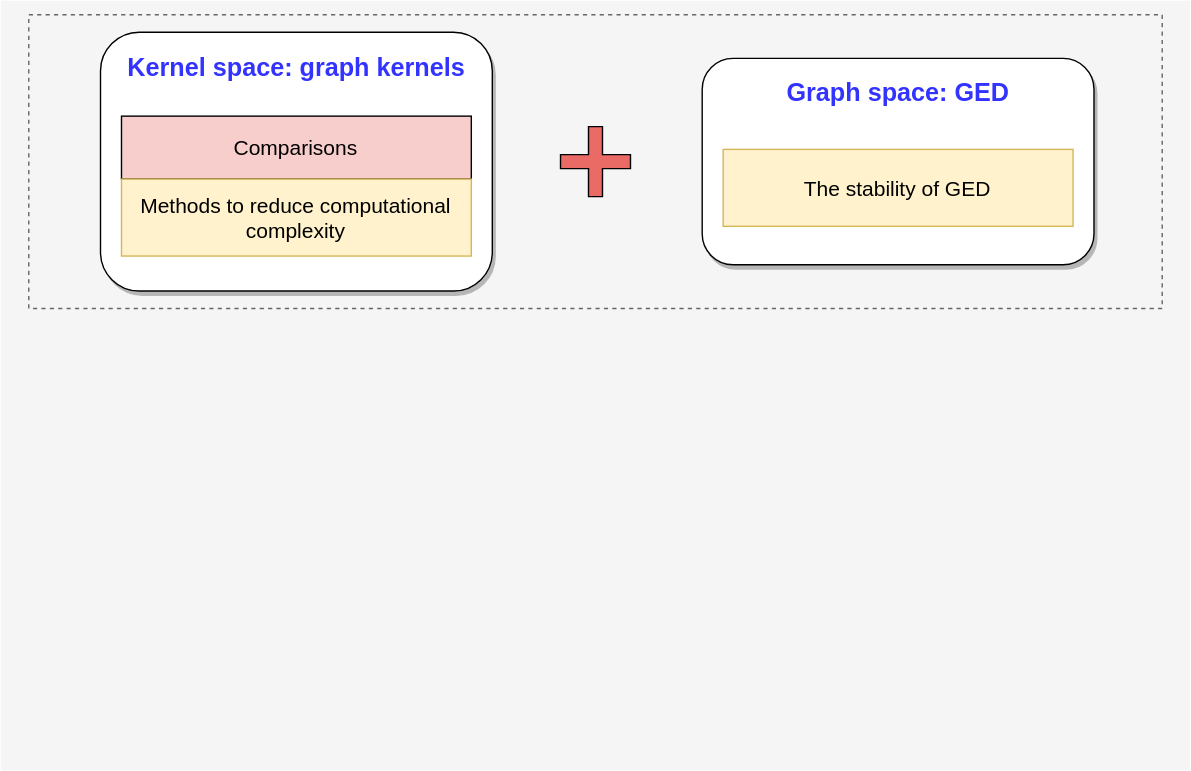
The draw.io diagram architecture.svg in jajupmochi/phd_thesis, before a commit. Source tidied: cells renumbered, new cells last; positions are measured from the earlier drawing's top-left corner, leaving out a move shared by most shapes.
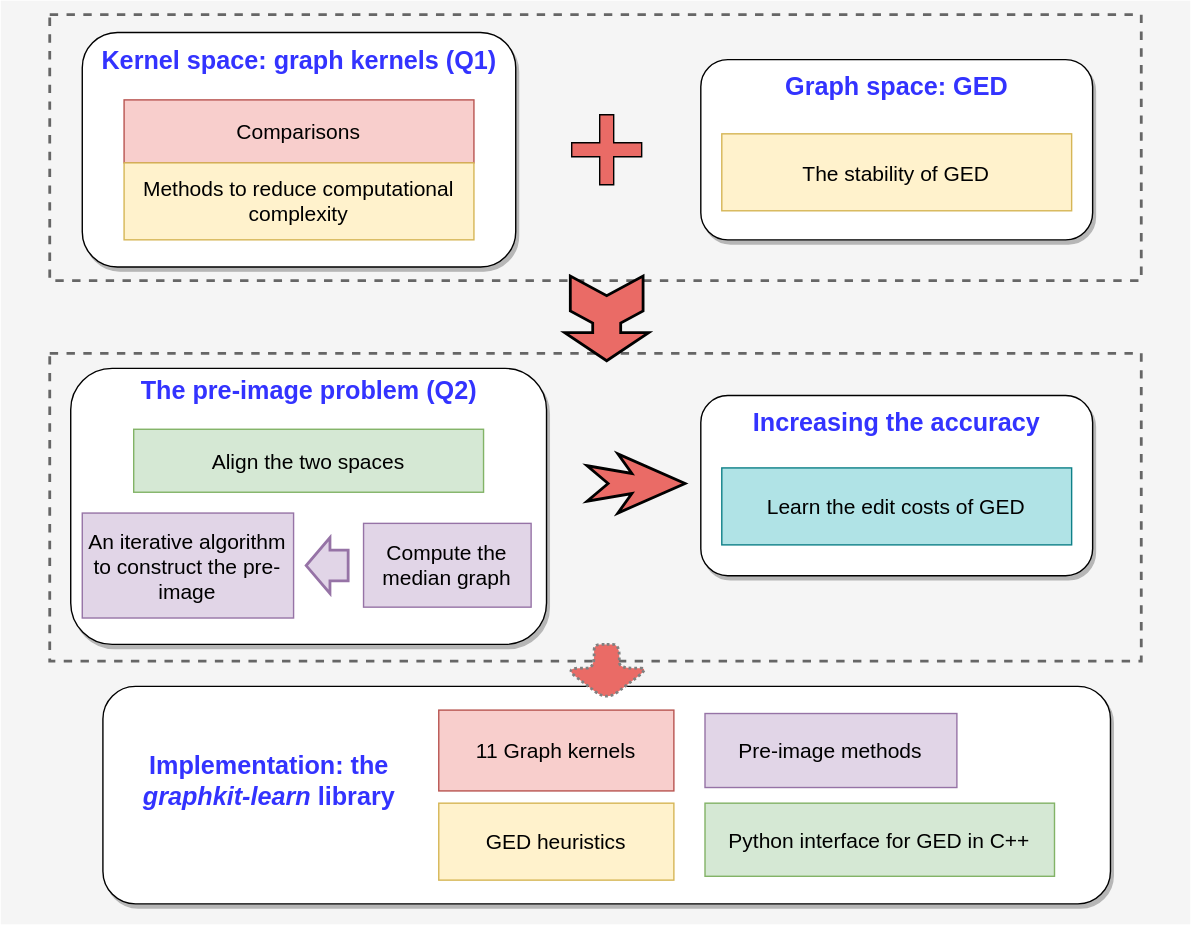
Above is the later version.

What changed in the source:
```diff
@@ -3,34 +3,91 @@
     <mxCell id="0" />
     <mxCell id="1" parent="0" />
     <mxCell id="2" style="rounded=0;whiteSpace=wrap;html=1;fillColor=#f5f5f5;fontColor=#333333;strokeColor=none;" parent="1" vertex="1">
-      <mxGeometry width="850" height="550" as="geometry" />
+      <mxGeometry width="850" height="660" as="geometry" />
     </mxCell>
-    <mxCell id="3" style="rounded=0;whiteSpace=wrap;html=1;shadow=0;glass=0;dashed=1;sketch=0;fontColor=#333333;strokeColor=#666666;fillColor=#f5f5f5;align=center;verticalAlign=middle;" parent="1" vertex="1">
-      <mxGeometry x="20" y="10" width="810" height="210" as="geometry" />
+    <mxCell id="3" style="rounded=0;whiteSpace=wrap;html=1;shadow=0;glass=0;dashed=1;sketch=0;fontColor=#333333;strokeColor=#666666;fillColor=#f5f5f5;align=center;verticalAlign=middle;strokeWidth=2;" parent="1" vertex="1">
+      <mxGeometry x="35" y="10" width="780" height="190" as="geometry" />
     </mxCell>
     <mxCell id="4" style="rounded=1;whiteSpace=wrap;html=1;shadow=1;glass=0;sketch=0;strokeColor=#000000;fillColor=#ffffff;align=left;" parent="1" vertex="1">
-      <mxGeometry x="71.2" y="22.5" width="280" height="185" as="geometry" />
+      <mxGeometry x="58.2" y="22.8" width="309.8" height="167.5" as="geometry" />
     </mxCell>
-    <mxCell id="5" value="&lt;h1 style=&quot;font-size: 18px&quot;&gt;Kernel space: graph kernels&lt;br&gt;&lt;/h1&gt;" style="text;html=1;strokeColor=none;fillColor=none;spacing=5;spacingTop=-20;whiteSpace=wrap;overflow=hidden;rounded=0;shadow=1;glass=0;dashed=1;sketch=0;align=center;verticalAlign=middle;fontColor=#3333FF;" parent="1" vertex="1">
-      <mxGeometry x="60" y="22.5" width="302.5" height="70" as="geometry" />
+    <mxCell id="5" value="&lt;h1 style=&quot;font-size: 18px&quot;&gt;Kernel space: graph kernels (Q1)&lt;br&gt;&lt;/h1&gt;" style="text;html=1;strokeColor=none;fillColor=none;spacing=5;spacingTop=-20;whiteSpace=wrap;overflow=hidden;rounded=0;shadow=1;glass=0;dashed=1;sketch=0;align=center;verticalAlign=middle;fontColor=#3333FF;" parent="1" vertex="1">
+      <mxGeometry x="61.9" y="18.1" width="302.5" height="70" as="geometry" />
     </mxCell>
-    <mxCell id="6" value="&lt;font style=&quot;font-size: 15px&quot;&gt;Comparisons&lt;/font&gt;" style="text;html=1;align=center;verticalAlign=middle;whiteSpace=wrap;rounded=0;shadow=0;glass=0;sketch=0;fillColor=#f8cecc;strokeColor=#000000;" parent="1" vertex="1">
-      <mxGeometry x="86.2" y="82.5" width="250" height="45" as="geometry" />
+    <mxCell id="6" value="&lt;font style=&quot;font-size: 15px&quot;&gt;Comparisons&lt;/font&gt;" style="text;html=1;align=center;verticalAlign=middle;whiteSpace=wrap;rounded=0;shadow=0;glass=0;sketch=0;fillColor=#f8cecc;strokeColor=#b85450;" parent="1" vertex="1">
+      <mxGeometry x="88.1" y="70.9" width="250" height="45" as="geometry" />
     </mxCell>
     <mxCell id="7" value="&lt;font style=&quot;font-size: 15px&quot;&gt;Methods to reduce computational complexity&lt;/font&gt;" style="text;html=1;align=center;verticalAlign=middle;whiteSpace=wrap;rounded=0;shadow=0;glass=0;sketch=0;fillColor=#fff2cc;strokeColor=#d6b656;" parent="1" vertex="1">
-      <mxGeometry x="86.2" y="127.5" width="250" height="55" as="geometry" />
+      <mxGeometry x="88.1" y="115.9" width="250" height="55" as="geometry" />
     </mxCell>
     <mxCell id="8" style="rounded=1;whiteSpace=wrap;html=1;shadow=1;glass=0;sketch=0;strokeColor=#000000;fillColor=#ffffff;align=left;" parent="1" vertex="1">
-      <mxGeometry x="501.2" y="41.2" width="280" height="147.5" as="geometry" />
+      <mxGeometry x="500.2" y="42.1" width="280" height="128.8" as="geometry" />
     </mxCell>
     <mxCell id="9" value="&lt;h1 style=&quot;font-size: 18px&quot;&gt;Graph space: GED&lt;br&gt;&lt;/h1&gt;" style="text;html=1;strokeColor=none;fillColor=none;spacing=5;spacingTop=-20;whiteSpace=wrap;overflow=hidden;rounded=0;shadow=1;glass=0;dashed=1;sketch=0;align=center;verticalAlign=middle;fontColor=#3333FF;" parent="1" vertex="1">
-      <mxGeometry x="490" y="41.2" width="302.5" height="70" as="geometry" />
+      <mxGeometry x="489" y="37.2" width="302.5" height="70" as="geometry" />
     </mxCell>
     <mxCell id="10" value="&lt;font style=&quot;font-size: 15px&quot;&gt;The stability of GED&lt;/font&gt;" style="text;html=1;align=center;verticalAlign=middle;whiteSpace=wrap;rounded=0;shadow=0;glass=0;sketch=0;fillColor=#fff2cc;strokeColor=#d6b656;" parent="1" vertex="1">
-      <mxGeometry x="516.2" y="106.2" width="250" height="55" as="geometry" />
+      <mxGeometry x="515.2" y="95.1" width="250" height="55" as="geometry" />
     </mxCell>
     <mxCell id="11" style="shape=cross;whiteSpace=wrap;html=1;rounded=1;shadow=0;glass=0;sketch=0;fontColor=#3333FF;strokeColor=#000000;fillColor=#EA6B66;align=center;verticalAlign=middle;" parent="1" vertex="1">
-      <mxGeometry x="400" y="90" width="50" height="50" as="geometry" />
+      <mxGeometry x="408" y="81.5" width="50" height="50" as="geometry" />
     </mxCell>
+    <mxCell id="12" style="rounded=0;whiteSpace=wrap;html=1;shadow=0;glass=0;dashed=1;sketch=0;fontColor=#333333;strokeColor=#666666;fillColor=#f5f5f5;align=center;verticalAlign=middle;strokeWidth=2;" parent="1" vertex="1">
+      <mxGeometry x="35" y="252" width="780" height="220" as="geometry" />
+    </mxCell>
+    <mxCell id="13" style="rounded=1;whiteSpace=wrap;html=1;shadow=1;glass=0;sketch=0;strokeColor=#000000;fillColor=#ffffff;align=left;" parent="1" vertex="1">
+      <mxGeometry x="50" y="262.8" width="340" height="197.2" as="geometry" />
+    </mxCell>
+    <mxCell id="14" value="&lt;h1 style=&quot;font-size: 18px&quot;&gt;The pre-image problem (Q2)&lt;br&gt;&lt;/h1&gt;" style="text;html=1;strokeColor=none;fillColor=none;spacing=5;spacingTop=-20;whiteSpace=wrap;overflow=hidden;rounded=0;shadow=1;glass=0;dashed=1;sketch=0;align=center;verticalAlign=middle;fontColor=#3333FF;" parent="1" vertex="1">
+      <mxGeometry x="68.8" y="253.9" width="302.5" height="70" as="geometry" />
+    </mxCell>
+    <mxCell id="15" value="&lt;font style=&quot;font-size: 15px&quot;&gt;Compute the median graph&lt;/font&gt;" style="text;html=1;align=center;verticalAlign=middle;whiteSpace=wrap;rounded=0;shadow=0;glass=0;sketch=0;fillColor=#e1d5e7;strokeColor=#9673a6;" parent="1" vertex="1">
+      <mxGeometry x="259.2" y="373.5" width="119.8" height="59.9" as="geometry" />
+    </mxCell>
+    <mxCell id="16" value="&lt;font style=&quot;font-size: 15px&quot;&gt;An iterative algorithm to construct the pre-image&lt;/font&gt;" style="text;html=1;align=center;verticalAlign=middle;whiteSpace=wrap;rounded=0;shadow=0;glass=0;sketch=0;fillColor=#e1d5e7;strokeColor=#9673a6;" parent="1" vertex="1">
+      <mxGeometry x="58.2" y="366.1" width="151" height="75" as="geometry" />
+    </mxCell>
+    <mxCell id="17" style="rounded=1;whiteSpace=wrap;html=1;shadow=1;glass=0;sketch=0;strokeColor=#000000;fillColor=#ffffff;align=left;" parent="1" vertex="1">
+      <mxGeometry x="500.2" y="282.1" width="280" height="128.8" as="geometry" />
+    </mxCell>
+    <mxCell id="18" value="&lt;h1 style=&quot;font-size: 18px&quot;&gt;Increasing the accuracy&lt;/h1&gt;" style="text;html=1;strokeColor=none;fillColor=none;spacing=5;spacingTop=-20;whiteSpace=wrap;overflow=hidden;rounded=0;shadow=1;glass=0;dashed=1;sketch=0;align=center;verticalAlign=middle;fontColor=#3333FF;" parent="1" vertex="1">
+      <mxGeometry x="489" y="277.2" width="302.5" height="70" as="geometry" />
+    </mxCell>
+    <mxCell id="19" value="&lt;font style=&quot;font-size: 15px&quot;&gt;Learn the edit costs of GED&lt;/font&gt;" style="text;html=1;align=center;verticalAlign=middle;whiteSpace=wrap;rounded=0;shadow=0;glass=0;sketch=0;fillColor=#b0e3e6;strokeColor=#0e8088;" parent="1" vertex="1">
+      <mxGeometry x="515.2" y="333.9" width="250" height="55" as="geometry" />
+    </mxCell>
+    <mxCell id="20" style="html=1;shadow=0;dashed=0;align=center;verticalAlign=middle;shape=mxgraph.arrows2.stylisedArrow;dy=0.66;dx=38;notch=15;feather=0.4;rounded=1;glass=0;sketch=0;fontColor=#3333FF;strokeColor=#000000;strokeWidth=2;fillColor=#EA6B66;" parent="1" vertex="1">
+      <mxGeometry x="419" y="323.9" width="70" height="42.2" as="geometry" />
+    </mxCell>
+    <mxCell id="21" value="&lt;font style=&quot;font-size: 15px&quot;&gt;Align the two spaces&lt;/font&gt;" style="text;html=1;align=center;verticalAlign=middle;whiteSpace=wrap;rounded=0;shadow=0;glass=0;sketch=0;fillColor=#d5e8d4;strokeColor=#82b366;" parent="1" vertex="1">
+      <mxGeometry x="95" y="306.2" width="250" height="45" as="geometry" />
+    </mxCell>
+    <mxCell id="22" style="html=1;shadow=0;dashed=0;align=center;verticalAlign=middle;shape=mxgraph.arrows2.tailedNotchedArrow;dy1=10;dx1=20;notch=14;arrowHead=20;dx2=25;dy2=30;rounded=1;glass=0;sketch=0;fontColor=#3333FF;strokeColor=#000000;strokeWidth=2;fillColor=#EA6B66;rotation=90;" parent="1" vertex="1">
+      <mxGeometry x="402.8" y="214" width="60.5" height="26" as="geometry" />
+    </mxCell>
+    <mxCell id="23" style="html=1;shadow=0;dashed=0;align=center;verticalAlign=middle;shape=mxgraph.arrows2.arrow;dy=0.45;dx=17;flipH=1;notch=0;rounded=1;glass=0;sketch=0;strokeColor=#9673a6;strokeWidth=2;fillColor=#e1d5e7;" parent="1" vertex="1">
+      <mxGeometry x="218.2" y="383.6" width="30" height="40" as="geometry" />
+    </mxCell>
+    <mxCell id="24" style="rounded=1;whiteSpace=wrap;html=1;shadow=1;glass=0;sketch=0;strokeColor=#000000;fillColor=#ffffff;align=left;" parent="1" vertex="1">
+      <mxGeometry x="73" y="490" width="720" height="155.4" as="geometry" />
+    </mxCell>
+    <mxCell id="25" value="&lt;h1 style=&quot;font-size: 18px&quot;&gt;Implementation: the &lt;i&gt;graphkit-learn&lt;/i&gt; library&lt;br&gt;&lt;/h1&gt;" style="text;html=1;strokeColor=none;fillColor=none;spacing=5;spacingTop=-20;whiteSpace=wrap;overflow=hidden;rounded=0;shadow=1;glass=0;dashed=1;sketch=0;align=center;verticalAlign=middle;fontColor=#3333FF;" parent="1" vertex="1">
+      <mxGeometry x="81.8" y="532.7" width="220" height="70" as="geometry" />
+    </mxCell>
+    <mxCell id="26" value="&lt;font style=&quot;font-size: 15px&quot;&gt;11 Graph kernels&lt;/font&gt;" style="text;html=1;align=center;verticalAlign=middle;whiteSpace=wrap;rounded=0;shadow=0;glass=0;sketch=0;fillColor=#f8cecc;strokeColor=#b85450;" parent="1" vertex="1">
+      <mxGeometry x="313" y="506.9" width="168" height="57.8" as="geometry" />
+    </mxCell>
+    <mxCell id="27" value="&lt;font style=&quot;font-size: 15px&quot;&gt;GED heuristics&lt;/font&gt;" style="text;html=1;align=center;verticalAlign=middle;whiteSpace=wrap;rounded=0;shadow=0;glass=0;sketch=0;fillColor=#fff2cc;strokeColor=#d6b656;" parent="1" vertex="1">
+      <mxGeometry x="313" y="573.4" width="168" height="55" as="geometry" />
+    </mxCell>
+    <mxCell id="28" value="&lt;font style=&quot;font-size: 15px&quot;&gt;Python interface for GED in C++&lt;/font&gt;" style="text;html=1;align=center;verticalAlign=middle;whiteSpace=wrap;rounded=0;shadow=0;glass=0;sketch=0;fillColor=#d5e8d4;strokeColor=#82b366;" parent="1" vertex="1">
+      <mxGeometry x="503.2" y="573.4" width="249.8" height="52.2" as="geometry" />
+    </mxCell>
+    <mxCell id="29" value="&lt;font style=&quot;font-size: 15px&quot;&gt;Pre-image methods&lt;/font&gt;" style="text;html=1;align=center;verticalAlign=middle;whiteSpace=wrap;rounded=0;shadow=0;glass=0;sketch=0;fillColor=#e1d5e7;strokeColor=#9673a6;" parent="1" vertex="1">
+      <mxGeometry x="503.2" y="509.4" width="180" height="52.9" as="geometry" />
+    </mxCell>
+    <mxCell id="30" style="shape=singleArrow;direction=south;whiteSpace=wrap;html=1;rounded=1;shadow=0;glass=0;sketch=0;fontColor=#3333FF;fillColor=#EA6B66;align=center;verticalAlign=middle;arrowWidth=0.3;arrowSize=0.575;dashed=1;strokeWidth=2;strokeColor=#808080;dashPattern=1 1;" parent="1" vertex="1">
+      <mxGeometry x="403" y="460" width="60" height="40" as="geometry" />
+    </mxCell>
   </root>
 </mxGraphModel>
```
